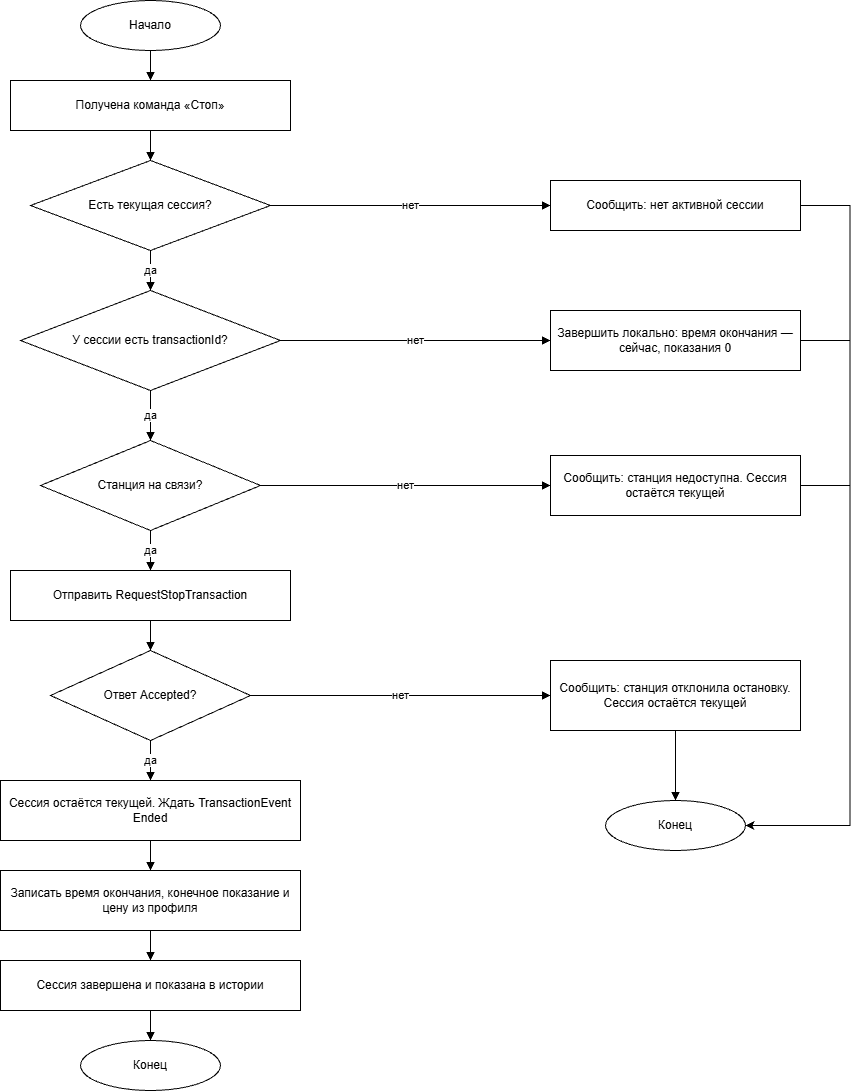
Before: Диаграммы/Остановка сессии (2.8).png, a diagram exported from draw.io (PetrachkovArtem/diplom). Source tidied: cells renumbered, new cells last; positions are measured from the earlier drawing's top-left corner, leaving out a move shared by most shapes.
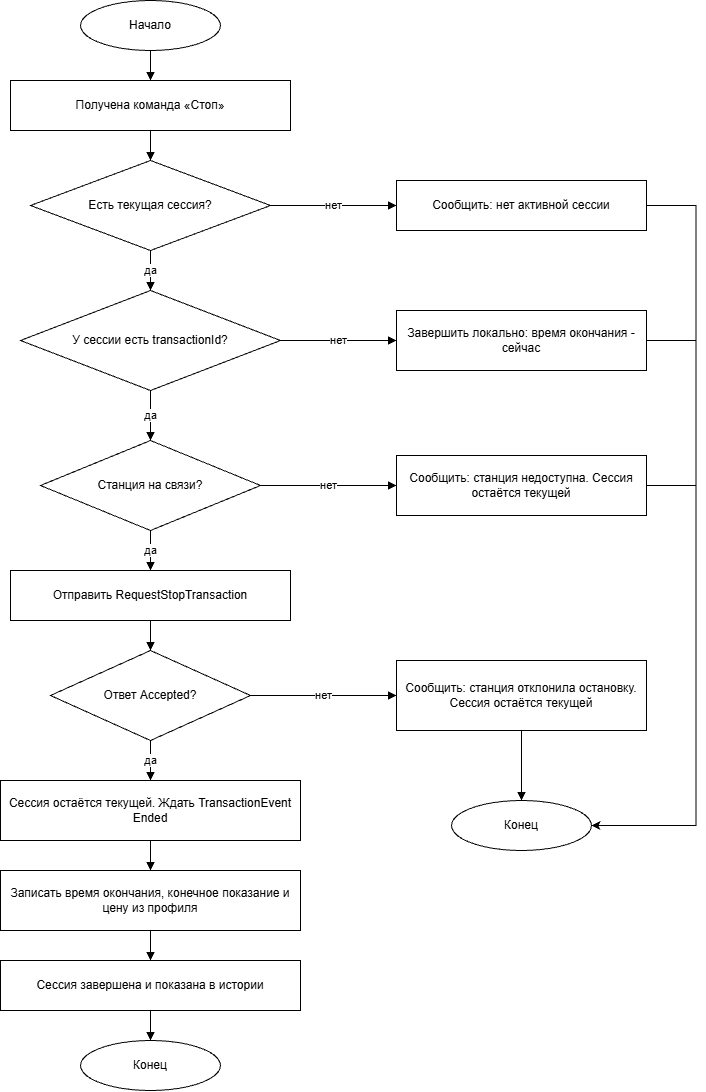
Above is the later version.

Diff of the diagram source:
```diff
@@ -38,41 +38,41 @@
     <mxCell id="13" style="edgeStyle=orthogonalEdgeStyle;rounded=0;jettySize=auto;html=1;entryX=1;entryY=0.5;entryDx=0;entryDy=0;defaultLabelBackgroundColor=page;" parent="1" edge="1" source="14" target="20">
       <mxGeometry relative="1" as="geometry">
         <Array as="points">
-          <mxPoint x="849.5" y="205" />
-          <mxPoint x="849.5" y="825" />
+          <mxPoint x="695.5" y="205" />
+          <mxPoint x="695.5" y="825" />
         </Array>
       </mxGeometry>
     </mxCell>
     <mxCell id="14" value="Сообщить: нет активной сессии" style="rounded=0;whiteSpace=wrap;html=1;fillColor=#ffffff;strokeColor=#000000;fontColor=#000000;" parent="1" vertex="1">
-      <mxGeometry x="550" y="180" width="250" height="50" as="geometry" />
+      <mxGeometry x="396" y="180" width="250" height="50" as="geometry" />
     </mxCell>
     <mxCell id="15" style="edgeStyle=orthogonalEdgeStyle;rounded=0;jettySize=auto;html=1;entryX=1;entryY=0.5;entryDx=0;entryDy=0;defaultLabelBackgroundColor=page;" parent="1" edge="1" source="16" target="20">
       <mxGeometry relative="1" as="geometry">
         <Array as="points">
-          <mxPoint x="849.5" y="340" />
-          <mxPoint x="849.5" y="825" />
+          <mxPoint x="695.5" y="340" />
+          <mxPoint x="695.5" y="825" />
         </Array>
       </mxGeometry>
     </mxCell>
-    <mxCell id="16" value="Завершить локально: время окончания — сейчас, показания 0" style="rounded=0;whiteSpace=wrap;html=1;fillColor=#ffffff;strokeColor=#000000;fontColor=#000000;" parent="1" vertex="1">
-      <mxGeometry x="550" y="310" width="250" height="60" as="geometry" />
+    <mxCell id="16" value="Завершить локально: время окончания - сейчас" style="rounded=0;whiteSpace=wrap;html=1;fillColor=#ffffff;strokeColor=#000000;fontColor=#000000;" parent="1" vertex="1">
+      <mxGeometry x="396" y="310" width="250" height="60" as="geometry" />
     </mxCell>
     <mxCell id="17" style="edgeStyle=orthogonalEdgeStyle;rounded=0;jettySize=auto;html=1;entryX=1;entryY=0.5;entryDx=0;entryDy=0;defaultLabelBackgroundColor=page;" parent="1" edge="1" source="18" target="20">
       <mxGeometry relative="1" as="geometry">
         <Array as="points">
-          <mxPoint x="849.6" y="485" />
-          <mxPoint x="849.6" y="825" />
+          <mxPoint x="695.6" y="485" />
+          <mxPoint x="695.6" y="825" />
         </Array>
       </mxGeometry>
     </mxCell>
     <mxCell id="18" value="Сообщить: станция недоступна. Сессия остаётся текущей" style="rounded=0;whiteSpace=wrap;html=1;fillColor=#ffffff;strokeColor=#000000;fontColor=#000000;" parent="1" vertex="1">
-      <mxGeometry x="550" y="455" width="250" height="60" as="geometry" />
+      <mxGeometry x="396" y="455" width="250" height="60" as="geometry" />
     </mxCell>
     <mxCell id="19" value="Сообщить: станция отклонила остановку. Сессия остаётся текущей" style="rounded=0;whiteSpace=wrap;html=1;fillColor=#ffffff;strokeColor=#000000;fontColor=#000000;" parent="1" vertex="1">
-      <mxGeometry x="550" y="660" width="250" height="70" as="geometry" />
+      <mxGeometry x="396" y="660" width="250" height="70" as="geometry" />
     </mxCell>
     <mxCell id="20" value="Конец" style="ellipse;whiteSpace=wrap;html=1;fillColor=#ffffff;strokeColor=#000000;fontColor=#000000;" parent="1" vertex="1">
-      <mxGeometry x="605" y="800" width="140" height="50" as="geometry" />
+      <mxGeometry x="451" y="800" width="140" height="50" as="geometry" />
     </mxCell>
     <mxCell id="21" style="endArrow=block;html=1;strokeColor=#000000;fontColor=#000000;" parent="1" edge="1" source="2" target="3">
       <mxGeometry relative="1" as="geometry" />
```
